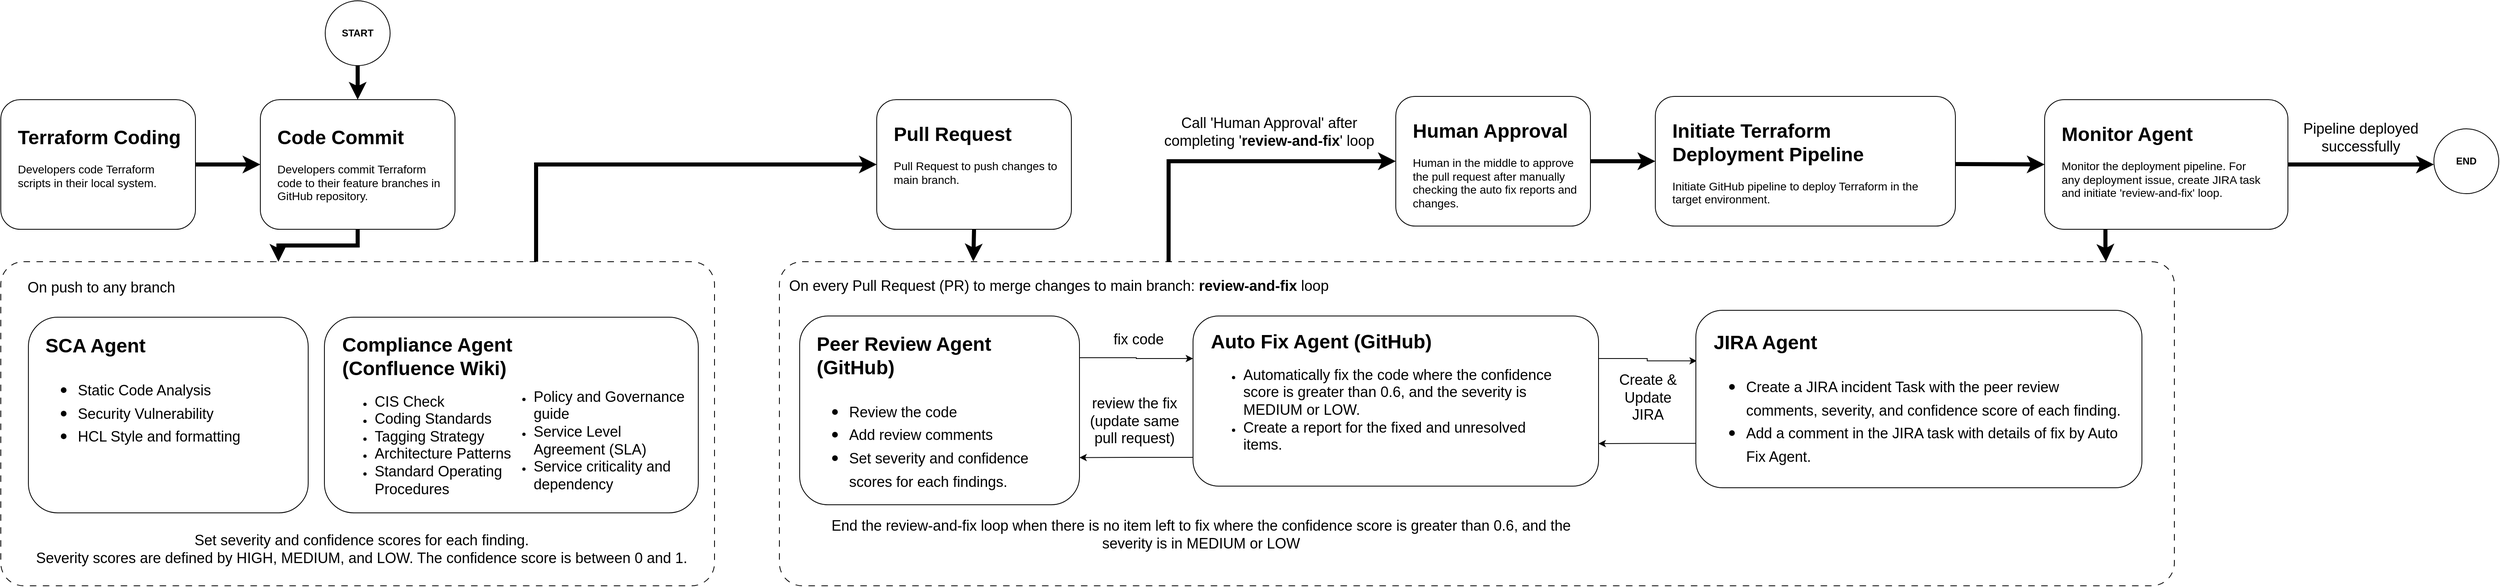
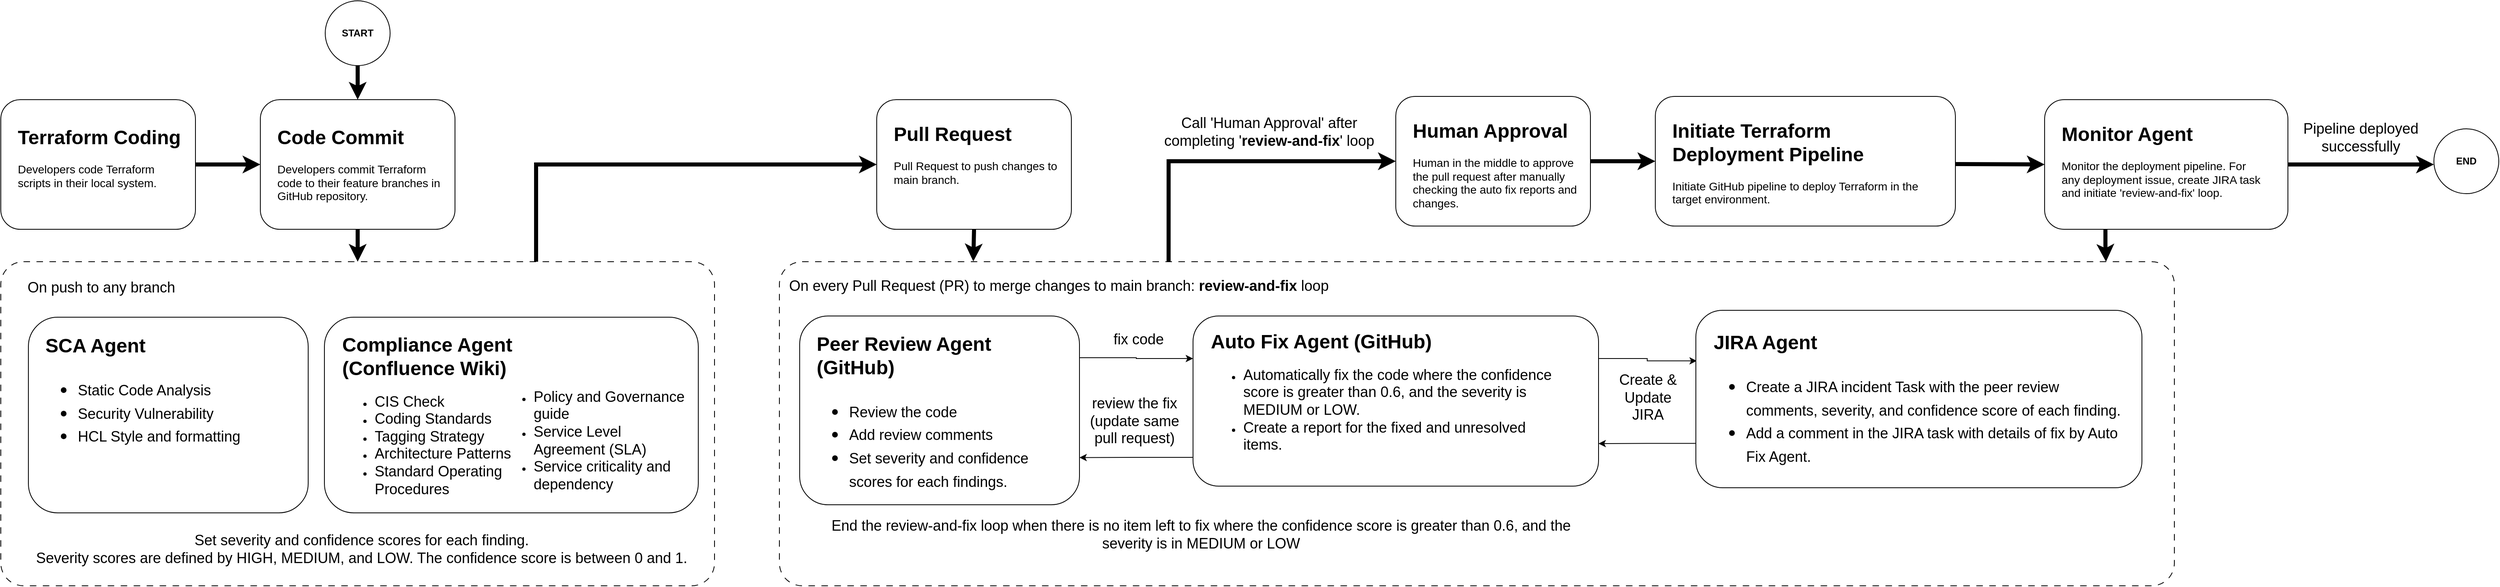
<mxfile host="app.diagrams.net">
  <diagram name="Page-1" id="llQ14HlxIDWXj9B5HY60">
    <mxGraphModel dx="1006" dy="638" grid="1" gridSize="10" guides="1" tooltips="1" connect="1" arrows="1" fold="1" page="1" pageScale="1" pageWidth="850" pageHeight="1100" math="0" shadow="0">
      <root>
        <mxCell id="0" />
        <mxCell id="1" parent="0" />
        <mxCell id="IWc9zJM8tDhvkjJ2dRjy-13" edge="1" parent="1" source="IWc9zJM8tDhvkjJ2dRjy-5" style="edgeStyle=orthogonalEdgeStyle;rounded=0;orthogonalLoop=1;jettySize=auto;html=1;entryX=0;entryY=0.5;entryDx=0;entryDy=0;exitX=0.75;exitY=0;exitDx=0;exitDy=0;strokeWidth=5;" target="IWc9zJM8tDhvkjJ2dRjy-1">
          <mxGeometry relative="1" as="geometry" />
        </mxCell>
        <mxCell id="oJW8UGhNAXkty13G2p3x-1" parent="1" style="rounded=1;whiteSpace=wrap;html=1;" value="" vertex="1">
          <mxGeometry height="160" width="240" x="440" y="200" as="geometry" />
        </mxCell>
        <mxCell id="oJW8UGhNAXkty13G2p3x-3" parent="1" style="text;html=1;whiteSpace=wrap;overflow=hidden;rounded=0;" value="&lt;h1 style=&quot;margin-top: 0px;&quot;&gt;Code Commit&lt;/h1&gt;&lt;p&gt;&lt;font style=&quot;font-size: 14px;&quot;&gt;Developers commit Terraform code to their feature branches in GitHub repository.&lt;/font&gt;&lt;/p&gt;" vertex="1">
          <mxGeometry height="100" width="210" x="459" y="226" as="geometry" />
        </mxCell>
        <mxCell id="IWc9zJM8tDhvkjJ2dRjy-35" edge="1" parent="1" source="IWc9zJM8tDhvkjJ2dRjy-14" style="edgeStyle=orthogonalEdgeStyle;rounded=0;orthogonalLoop=1;jettySize=auto;html=1;entryX=0;entryY=0.5;entryDx=0;entryDy=0;exitX=0.279;exitY=0.025;exitDx=0;exitDy=0;exitPerimeter=0;strokeWidth=5;" target="IWc9zJM8tDhvkjJ2dRjy-33">
          <mxGeometry relative="1" as="geometry">
            <Array as="points">
              <mxPoint x="1560" y="276" />
            </Array>
          </mxGeometry>
        </mxCell>
        <mxCell id="IWc9zJM8tDhvkjJ2dRjy-1" parent="1" style="rounded=1;whiteSpace=wrap;html=1;" value="" vertex="1">
          <mxGeometry height="160" width="240" x="1200" y="200" as="geometry" />
        </mxCell>
        <mxCell id="IWc9zJM8tDhvkjJ2dRjy-2" parent="1" style="text;html=1;whiteSpace=wrap;overflow=hidden;rounded=0;" value="&lt;h1 style=&quot;margin-top: 0px;&quot;&gt;Pull Request&lt;/h1&gt;&lt;p&gt;&lt;font style=&quot;font-size: 14px;&quot;&gt;Pull Request to push changes to main branch.&lt;/font&gt;&lt;/p&gt;" vertex="1">
          <mxGeometry height="100" width="210" x="1219" y="222" as="geometry" />
        </mxCell>
        <mxCell id="IWc9zJM8tDhvkjJ2dRjy-12" edge="1" parent="1" source="IWc9zJM8tDhvkjJ2dRjy-3" style="edgeStyle=orthogonalEdgeStyle;rounded=0;orthogonalLoop=1;jettySize=auto;html=1;exitX=1;exitY=0.5;exitDx=0;exitDy=0;entryX=0;entryY=0.5;entryDx=0;entryDy=0;strokeWidth=5;" target="oJW8UGhNAXkty13G2p3x-1">
          <mxGeometry relative="1" as="geometry" />
        </mxCell>
        <mxCell id="IWc9zJM8tDhvkjJ2dRjy-3" parent="1" style="rounded=1;whiteSpace=wrap;html=1;" value="" vertex="1">
          <mxGeometry height="160" width="240" x="120" y="200" as="geometry" />
        </mxCell>
        <mxCell id="IWc9zJM8tDhvkjJ2dRjy-4" parent="1" style="text;html=1;whiteSpace=wrap;overflow=hidden;rounded=0;" value="&lt;h1 style=&quot;margin-top: 0px;&quot;&gt;Terraform Coding&lt;/h1&gt;&lt;p&gt;&lt;font style=&quot;font-size: 14px;&quot;&gt;Developers code Terraform scripts in their local system.&lt;/font&gt;&lt;/p&gt;" vertex="1">
          <mxGeometry height="100" width="210" x="139" y="226" as="geometry" />
        </mxCell>
        <mxCell id="IWc9zJM8tDhvkjJ2dRjy-5" parent="1" style="rounded=1;whiteSpace=wrap;html=1;arcSize=7;dashed=1;dashPattern=8 8;" value="" vertex="1">
          <mxGeometry height="400" width="880" x="120" y="400" as="geometry" />
        </mxCell>
        <mxCell id="IWc9zJM8tDhvkjJ2dRjy-6" parent="1" style="text;html=1;whiteSpace=wrap;strokeColor=none;fillColor=none;align=center;verticalAlign=middle;rounded=0;" value="&lt;font style=&quot;font-size: 18px;&quot;&gt;On push to any branch&lt;/font&gt;" vertex="1">
          <mxGeometry height="30" width="210" x="139" y="416.5" as="geometry" />
        </mxCell>
        <mxCell id="IWc9zJM8tDhvkjJ2dRjy-7" parent="1" style="rounded=1;whiteSpace=wrap;html=1;" value="" vertex="1">
          <mxGeometry height="241.5" width="345" x="154" y="468.5" as="geometry" />
        </mxCell>
        <mxCell id="IWc9zJM8tDhvkjJ2dRjy-8" parent="1" style="text;html=1;whiteSpace=wrap;overflow=hidden;rounded=0;" value="&lt;h1 style=&quot;margin-top: 0px;&quot;&gt;SCA Agent&lt;/h1&gt;&lt;h1 style=&quot;margin-top: 0px;&quot;&gt;&lt;p style=&quot;font-size: 12px; font-weight: 400;&quot;&gt;&lt;/p&gt;&lt;ul&gt;&lt;li&gt;&lt;span style=&quot;font-size: 18px; font-weight: normal;&quot;&gt;Static Code Analysis&lt;/span&gt;&lt;/li&gt;&lt;li&gt;&lt;span style=&quot;font-size: 18px; font-weight: normal;&quot;&gt;Security Vulnerability&lt;/span&gt;&lt;/li&gt;&lt;li&gt;&lt;span style=&quot;font-size: 18px; font-weight: normal;&quot;&gt;HCL Style and formatting&lt;/span&gt;&lt;/li&gt;&lt;/ul&gt;&lt;p&gt;&lt;/p&gt;&lt;/h1&gt;" vertex="1">
          <mxGeometry height="183" width="306" x="173" y="482.5" as="geometry" />
        </mxCell>
        <mxCell id="IWc9zJM8tDhvkjJ2dRjy-9" parent="1" style="rounded=1;whiteSpace=wrap;html=1;" value="" vertex="1">
          <mxGeometry height="241.5" width="461" x="519" y="468.5" as="geometry" />
        </mxCell>
        <mxCell id="IWc9zJM8tDhvkjJ2dRjy-10" parent="1" style="text;html=1;whiteSpace=wrap;overflow=hidden;rounded=0;" value="&lt;h1 style=&quot;margin-top: 0px;&quot;&gt;Compliance Agent (Confluence Wiki)&lt;/h1&gt;&lt;p&gt;&lt;/p&gt;&lt;ul&gt;&lt;li&gt;&lt;span style=&quot;font-size: 18px;&quot;&gt;CIS Check&lt;/span&gt;&lt;/li&gt;&lt;li&gt;&lt;span style=&quot;font-size: 18px;&quot;&gt;Coding Standards&lt;/span&gt;&lt;/li&gt;&lt;li&gt;&lt;span style=&quot;font-size: 18px;&quot;&gt;Tagging Strategy&lt;/span&gt;&lt;/li&gt;&lt;li&gt;&lt;span style=&quot;font-size: 18px;&quot;&gt;Architecture Patterns&lt;/span&gt;&lt;/li&gt;&lt;li&gt;&lt;span style=&quot;font-size: 18px;&quot;&gt;Standard Operating Procedures&lt;/span&gt;&lt;/li&gt;&lt;/ul&gt;&lt;p&gt;&lt;/p&gt;" vertex="1">
          <mxGeometry height="218.5" width="261" x="539" y="481.5" as="geometry" />
        </mxCell>
-         <mxCell id="IWc9zJM8tDhvkjJ2dRjy-11" edge="1" parent="1" source="oJW8UGhNAXkty13G2p3x-1" style="edgeStyle=orthogonalEdgeStyle;rounded=0;orthogonalLoop=1;jettySize=auto;html=1;exitX=0.5;exitY=1;exitDx=0;exitDy=0;entryX=0.389;entryY=0;entryDx=0;entryDy=0;entryPerimeter=0;strokeWidth=5;" target="IWc9zJM8tDhvkjJ2dRjy-5">
+         <mxCell id="IWc9zJM8tDhvkjJ2dRjy-11" edge="1" parent="1" source="oJW8UGhNAXkty13G2p3x-1" style="edgeStyle=orthogonalEdgeStyle;rounded=0;orthogonalLoop=1;jettySize=auto;html=1;exitX=0.5;exitY=1;exitDx=0;exitDy=0;entryX=0.5;entryY=0;entryDx=0;entryDy=0;strokeWidth=5;" target="IWc9zJM8tDhvkjJ2dRjy-5">
          <mxGeometry relative="1" as="geometry" />
        </mxCell>
        <mxCell id="IWc9zJM8tDhvkjJ2dRjy-14" parent="1" style="rounded=1;whiteSpace=wrap;html=1;arcSize=7;dashed=1;dashPattern=8 8;" value="" vertex="1">
          <mxGeometry height="400" width="1720" x="1080" y="400" as="geometry" />
        </mxCell>
        <mxCell id="IWc9zJM8tDhvkjJ2dRjy-15" parent="1" style="text;html=1;whiteSpace=wrap;strokeColor=none;fillColor=none;align=left;verticalAlign=middle;rounded=0;" value="&lt;font style=&quot;font-size: 18px;&quot;&gt;On every Pull Request (PR) to merge changes to main branch: &lt;b&gt;review-and-fix &lt;/b&gt;loop&lt;/font&gt;" vertex="1">
          <mxGeometry height="30" width="740" x="1090" y="415" as="geometry" />
        </mxCell>
        <mxCell id="IWc9zJM8tDhvkjJ2dRjy-22" edge="1" parent="1" source="IWc9zJM8tDhvkjJ2dRjy-16" style="edgeStyle=orthogonalEdgeStyle;rounded=0;orthogonalLoop=1;jettySize=auto;html=1;exitX=1;exitY=0.221;exitDx=0;exitDy=0;entryX=0;entryY=0.25;entryDx=0;entryDy=0;exitPerimeter=0;" target="IWc9zJM8tDhvkjJ2dRjy-18">
          <mxGeometry relative="1" as="geometry" />
        </mxCell>
        <mxCell id="IWc9zJM8tDhvkjJ2dRjy-16" parent="1" style="rounded=1;whiteSpace=wrap;html=1;" value="" vertex="1">
          <mxGeometry height="233" width="345" x="1105" y="467" as="geometry" />
        </mxCell>
        <mxCell id="IWc9zJM8tDhvkjJ2dRjy-17" parent="1" style="text;html=1;whiteSpace=wrap;overflow=hidden;rounded=0;" value="&lt;h1 style=&quot;margin-top: 0px;&quot;&gt;Peer Review Agent (GitHub)&lt;/h1&gt;&lt;h1 style=&quot;margin-top: 0px;&quot;&gt;&lt;p style=&quot;font-size: 12px; font-weight: 400;&quot;&gt;&lt;/p&gt;&lt;ul&gt;&lt;li&gt;&lt;span style=&quot;font-size: 18px; font-weight: 400;&quot;&gt;Review the code&lt;/span&gt;&lt;/li&gt;&lt;li&gt;&lt;span style=&quot;font-size: 18px; font-weight: 400;&quot;&gt;Add review comments&lt;/span&gt;&lt;/li&gt;&lt;li&gt;&lt;span style=&quot;font-size: 18px; font-weight: 400;&quot;&gt;Set severity and confidence scores for each findings.&lt;/span&gt;&lt;/li&gt;&lt;/ul&gt;&lt;p&gt;&lt;/p&gt;&lt;/h1&gt;" vertex="1">
          <mxGeometry height="209" width="306" x="1124" y="481" as="geometry" />
        </mxCell>
        <mxCell id="IWc9zJM8tDhvkjJ2dRjy-23" edge="1" parent="1" source="IWc9zJM8tDhvkjJ2dRjy-18" style="edgeStyle=orthogonalEdgeStyle;rounded=0;orthogonalLoop=1;jettySize=auto;html=1;exitX=0;exitY=0.831;exitDx=0;exitDy=0;entryX=1;entryY=0.75;entryDx=0;entryDy=0;exitPerimeter=0;" target="IWc9zJM8tDhvkjJ2dRjy-16">
          <mxGeometry relative="1" as="geometry" />
        </mxCell>
        <mxCell id="IWc9zJM8tDhvkjJ2dRjy-31" edge="1" parent="1" source="IWc9zJM8tDhvkjJ2dRjy-18" style="edgeStyle=orthogonalEdgeStyle;rounded=0;orthogonalLoop=1;jettySize=auto;html=1;exitX=1;exitY=0.25;exitDx=0;exitDy=0;entryX=0.002;entryY=0.285;entryDx=0;entryDy=0;entryPerimeter=0;" target="IWc9zJM8tDhvkjJ2dRjy-27">
          <mxGeometry relative="1" as="geometry" />
        </mxCell>
        <mxCell id="IWc9zJM8tDhvkjJ2dRjy-18" parent="1" style="rounded=1;whiteSpace=wrap;html=1;" value="" vertex="1">
          <mxGeometry height="210" width="500" x="1590" y="467" as="geometry" />
        </mxCell>
        <mxCell id="IWc9zJM8tDhvkjJ2dRjy-19" parent="1" style="text;html=1;whiteSpace=wrap;overflow=hidden;rounded=0;" value="&lt;h1 style=&quot;margin-top: 0px;&quot;&gt;Auto Fix Agent (GitHub)&lt;/h1&gt;&lt;p&gt;&lt;/p&gt;&lt;ul&gt;&lt;li&gt;&lt;span style=&quot;font-size: 18px;&quot;&gt;Automatically fix the code where the confidence score is greater than 0.6, and the severity is MEDIUM or LOW.&amp;nbsp;&lt;/span&gt;&lt;/li&gt;&lt;li&gt;&lt;span style=&quot;font-size: 18px;&quot;&gt;Create a report for the fixed and unresolved items.&lt;/span&gt;&lt;/li&gt;&lt;/ul&gt;&lt;p&gt;&lt;/p&gt;" vertex="1">
          <mxGeometry height="192" width="440" x="1610" y="478" as="geometry" />
        </mxCell>
        <mxCell id="IWc9zJM8tDhvkjJ2dRjy-20" parent="1" style="text;whiteSpace=wrap;fontSize=18;align=center;" value="Set severity and confidence scores for each finding.&#xa;Severity scores are defined by HIGH, MEDIUM, and LOW. The confidence score is between 0 and 1." vertex="1">
          <mxGeometry height="50.5" width="830" x="150" y="726.5" as="geometry" />
        </mxCell>
        <mxCell id="IWc9zJM8tDhvkjJ2dRjy-21" edge="1" parent="1" source="IWc9zJM8tDhvkjJ2dRjy-1" style="edgeStyle=orthogonalEdgeStyle;rounded=0;orthogonalLoop=1;jettySize=auto;html=1;exitX=0.5;exitY=1;exitDx=0;exitDy=0;entryX=0.139;entryY=-0.001;entryDx=0;entryDy=0;entryPerimeter=0;strokeWidth=5;" target="IWc9zJM8tDhvkjJ2dRjy-14">
          <mxGeometry relative="1" as="geometry" />
        </mxCell>
        <mxCell id="IWc9zJM8tDhvkjJ2dRjy-24" parent="1" style="text;html=1;whiteSpace=wrap;strokeColor=none;fillColor=none;align=center;verticalAlign=middle;rounded=0;" value="&lt;font style=&quot;font-size: 18px;&quot;&gt;fix code&lt;/font&gt;" vertex="1">
          <mxGeometry height="30" width="82" x="1482" y="481" as="geometry" />
        </mxCell>
        <mxCell id="IWc9zJM8tDhvkjJ2dRjy-25" parent="1" style="text;html=1;whiteSpace=wrap;strokeColor=none;fillColor=none;align=center;verticalAlign=middle;rounded=0;" value="&lt;font style=&quot;font-size: 18px;&quot;&gt;review the fix (update same pull request)&lt;/font&gt;" vertex="1">
          <mxGeometry height="67" width="120" x="1458" y="563" as="geometry" />
        </mxCell>
        <mxCell id="IWc9zJM8tDhvkjJ2dRjy-26" parent="1" style="text;html=1;whiteSpace=wrap;strokeColor=none;fillColor=none;align=center;verticalAlign=middle;rounded=0;" value="&lt;font style=&quot;font-size: 18px;&quot;&gt;End the review-and-fix loop when there is no item left to fix where the confidence score is greater than 0.6, and the severity is in MEDIUM or LOW&lt;/font&gt;" vertex="1">
          <mxGeometry height="50" width="980" x="1110" y="711.5" as="geometry" />
        </mxCell>
        <mxCell id="IWc9zJM8tDhvkjJ2dRjy-30" edge="1" parent="1" source="IWc9zJM8tDhvkjJ2dRjy-27" style="edgeStyle=orthogonalEdgeStyle;rounded=0;orthogonalLoop=1;jettySize=auto;html=1;exitX=0;exitY=0.75;exitDx=0;exitDy=0;entryX=1;entryY=0.75;entryDx=0;entryDy=0;" target="IWc9zJM8tDhvkjJ2dRjy-18">
          <mxGeometry relative="1" as="geometry" />
        </mxCell>
        <mxCell id="IWc9zJM8tDhvkjJ2dRjy-27" parent="1" style="rounded=1;whiteSpace=wrap;html=1;" value="" vertex="1">
          <mxGeometry height="219" width="550" x="2210" y="460" as="geometry" />
        </mxCell>
        <mxCell id="IWc9zJM8tDhvkjJ2dRjy-28" parent="1" style="text;html=1;whiteSpace=wrap;overflow=hidden;rounded=0;" value="&lt;h1 style=&quot;margin-top: 0px;&quot;&gt;JIRA Agent&lt;/h1&gt;&lt;h1 style=&quot;margin-top: 0px;&quot;&gt;&lt;p style=&quot;font-size: 12px; font-weight: 400;&quot;&gt;&lt;/p&gt;&lt;ul&gt;&lt;li&gt;&lt;span style=&quot;font-size: 18px; font-weight: 400;&quot;&gt;Create a JIRA incident Task with the peer review comments, severity, and confidence score of each finding.&lt;/span&gt;&lt;/li&gt;&lt;li&gt;&lt;span style=&quot;font-size: 18px; font-weight: 400;&quot;&gt;Add a comment in the JIRA task with details of fix by Auto Fix Agent.&lt;/span&gt;&lt;/li&gt;&lt;/ul&gt;&lt;p&gt;&lt;/p&gt;&lt;/h1&gt;" vertex="1">
          <mxGeometry height="191" width="510" x="2230" y="479" as="geometry" />
        </mxCell>
        <mxCell id="IWc9zJM8tDhvkjJ2dRjy-32" parent="1" style="text;html=1;whiteSpace=wrap;strokeColor=none;fillColor=none;align=center;verticalAlign=middle;rounded=0;" value="&lt;font style=&quot;font-size: 18px;&quot;&gt;Create &amp;amp; Update JIRA&lt;/font&gt;" vertex="1">
          <mxGeometry height="57.5" width="102" x="2100" y="539" as="geometry" />
        </mxCell>
        <mxCell id="IWc9zJM8tDhvkjJ2dRjy-39" edge="1" parent="1" source="IWc9zJM8tDhvkjJ2dRjy-33" style="edgeStyle=orthogonalEdgeStyle;rounded=0;orthogonalLoop=1;jettySize=auto;html=1;exitX=1;exitY=0.5;exitDx=0;exitDy=0;entryX=0;entryY=0.5;entryDx=0;entryDy=0;strokeWidth=5;" target="IWc9zJM8tDhvkjJ2dRjy-37">
          <mxGeometry relative="1" as="geometry" />
        </mxCell>
        <mxCell id="IWc9zJM8tDhvkjJ2dRjy-33" parent="1" style="rounded=1;whiteSpace=wrap;html=1;" value="" vertex="1">
          <mxGeometry height="160" width="240" x="1840" y="196" as="geometry" />
        </mxCell>
        <mxCell id="IWc9zJM8tDhvkjJ2dRjy-34" parent="1" style="text;html=1;whiteSpace=wrap;overflow=hidden;rounded=0;" value="&lt;h1 style=&quot;margin-top: 0px;&quot;&gt;Human Approval&lt;/h1&gt;&lt;p&gt;&lt;font style=&quot;font-size: 14px;&quot;&gt;Human in the middle to approve the pull request after manually checking the auto fix reports and changes.&amp;nbsp;&lt;/font&gt;&lt;/p&gt;" vertex="1">
          <mxGeometry height="122" width="210" x="1859" y="218" as="geometry" />
        </mxCell>
        <mxCell id="IWc9zJM8tDhvkjJ2dRjy-36" parent="1" style="text;html=1;whiteSpace=wrap;strokeColor=none;fillColor=none;align=center;verticalAlign=middle;rounded=0;" value="&lt;font style=&quot;font-size: 18px;&quot;&gt;Call &#39;Human Approval&#39; after completing &#39;&lt;b&gt;review-and-fix&lt;/b&gt;&#39; loop&lt;/font&gt;" vertex="1">
          <mxGeometry height="60" width="268" x="1550" y="210" as="geometry" />
        </mxCell>
        <mxCell id="IWc9zJM8tDhvkjJ2dRjy-37" parent="1" style="rounded=1;whiteSpace=wrap;html=1;" value="" vertex="1">
          <mxGeometry height="160" width="370" x="2160" y="196" as="geometry" />
        </mxCell>
        <mxCell id="IWc9zJM8tDhvkjJ2dRjy-38" parent="1" style="text;html=1;whiteSpace=wrap;overflow=hidden;rounded=0;" value="&lt;h1 style=&quot;margin-top: 0px;&quot;&gt;Initiate Terraform Deployment Pipeline&lt;/h1&gt;&lt;p&gt;&lt;font style=&quot;font-size: 14px;&quot;&gt;Initiate GitHub pipeline to deploy Terraform in the target environment.&lt;/font&gt;&amp;nbsp;&amp;nbsp;&lt;/p&gt;" vertex="1">
          <mxGeometry height="112" width="341" x="2179" y="218" as="geometry" />
        </mxCell>
        <mxCell id="IWc9zJM8tDhvkjJ2dRjy-41" edge="1" parent="1" source="IWc9zJM8tDhvkjJ2dRjy-40" style="edgeStyle=orthogonalEdgeStyle;rounded=0;orthogonalLoop=1;jettySize=auto;html=1;exitX=0.5;exitY=1;exitDx=0;exitDy=0;entryX=0.5;entryY=0;entryDx=0;entryDy=0;strokeWidth=5;" target="oJW8UGhNAXkty13G2p3x-1">
          <mxGeometry relative="1" as="geometry" />
        </mxCell>
        <mxCell id="IWc9zJM8tDhvkjJ2dRjy-40" parent="1" style="ellipse;whiteSpace=wrap;html=1;aspect=fixed;fontStyle=1" value="START" vertex="1">
          <mxGeometry height="80" width="80" x="520" y="78" as="geometry" />
        </mxCell>
        <mxCell id="IWc9zJM8tDhvkjJ2dRjy-47" edge="1" parent="1" source="IWc9zJM8tDhvkjJ2dRjy-42" style="edgeStyle=orthogonalEdgeStyle;rounded=0;orthogonalLoop=1;jettySize=auto;html=1;exitX=1;exitY=0.5;exitDx=0;exitDy=0;strokeWidth=5;">
          <mxGeometry relative="1" as="geometry">
            <mxPoint x="3120" y="280" as="targetPoint" />
          </mxGeometry>
        </mxCell>
        <mxCell id="IWc9zJM8tDhvkjJ2dRjy-42" parent="1" style="rounded=1;whiteSpace=wrap;html=1;" value="" vertex="1">
          <mxGeometry height="160" width="300" x="2640" y="200" as="geometry" />
        </mxCell>
        <mxCell id="IWc9zJM8tDhvkjJ2dRjy-43" parent="1" style="text;html=1;whiteSpace=wrap;overflow=hidden;rounded=0;" value="&lt;h1 style=&quot;margin-top: 0px;&quot;&gt;Monitor Agent&lt;/h1&gt;&lt;p&gt;&lt;font style=&quot;font-size: 14px;&quot;&gt;Monitor the deployment pipeline.&amp;nbsp;&lt;span style=&quot;background-color: transparent; color: light-dark(rgb(0, 0, 0), rgb(255, 255, 255));&quot;&gt;F&lt;/span&gt;&lt;span style=&quot;background-color: transparent; color: light-dark(rgb(0, 0, 0), rgb(255, 255, 255));&quot;&gt;or any deployment issue, create JIRA task and initiate &#39;review-and-fix&#39; loop.&lt;/span&gt;&lt;/font&gt;&lt;/p&gt;" vertex="1">
          <mxGeometry height="112" width="251" x="2659" y="222" as="geometry" />
        </mxCell>
        <mxCell id="IWc9zJM8tDhvkjJ2dRjy-44" edge="1" parent="1" style="edgeStyle=orthogonalEdgeStyle;rounded=0;orthogonalLoop=1;jettySize=auto;html=1;exitX=1;exitY=0.5;exitDx=0;exitDy=0;entryX=0;entryY=0.5;entryDx=0;entryDy=0;strokeWidth=5;" target="IWc9zJM8tDhvkjJ2dRjy-42">
          <mxGeometry relative="1" as="geometry">
            <mxPoint x="2530" y="279.5" as="sourcePoint" />
            <mxPoint x="2610" y="279.5" as="targetPoint" />
          </mxGeometry>
        </mxCell>
        <mxCell id="IWc9zJM8tDhvkjJ2dRjy-45" edge="1" parent="1" source="IWc9zJM8tDhvkjJ2dRjy-42" style="edgeStyle=orthogonalEdgeStyle;rounded=0;orthogonalLoop=1;jettySize=auto;html=1;exitX=0.25;exitY=1;exitDx=0;exitDy=0;entryX=0.951;entryY=0;entryDx=0;entryDy=0;entryPerimeter=0;strokeWidth=5;" target="IWc9zJM8tDhvkjJ2dRjy-14">
          <mxGeometry relative="1" as="geometry" />
        </mxCell>
        <mxCell id="IWc9zJM8tDhvkjJ2dRjy-46" parent="1" style="ellipse;whiteSpace=wrap;html=1;aspect=fixed;fontStyle=1" value="END" vertex="1">
          <mxGeometry height="80" width="80" x="3120" y="236" as="geometry" />
        </mxCell>
        <mxCell id="IWc9zJM8tDhvkjJ2dRjy-48" parent="1" style="text;html=1;whiteSpace=wrap;strokeColor=none;fillColor=none;align=center;verticalAlign=middle;rounded=0;" value="&lt;font style=&quot;font-size: 18px;&quot;&gt;Pipeline deployed successfully&lt;/font&gt;" vertex="1">
          <mxGeometry height="57.5" width="160" x="2950" y="218" as="geometry" />
        </mxCell>
        <mxCell id="IWc9zJM8tDhvkjJ2dRjy-50" parent="1" style="text;html=1;whiteSpace=wrap;overflow=hidden;rounded=0;" value="&lt;h1 style=&quot;margin-top: 0px;&quot;&gt;&lt;br&gt;&lt;/h1&gt;&lt;ul&gt;&lt;li&gt;&lt;span style=&quot;font-size: 18px;&quot;&gt;Policy and Governance guide&lt;/span&gt;&lt;/li&gt;&lt;li&gt;&lt;span style=&quot;font-size: 18px;&quot;&gt;Service Level Agreement (SLA)&lt;/span&gt;&lt;/li&gt;&lt;li&gt;&lt;span style=&quot;font-size: 18px;&quot;&gt;Service criticality and dependency&lt;/span&gt;&lt;/li&gt;&lt;/ul&gt;&lt;p&gt;&lt;/p&gt;" vertex="1">
          <mxGeometry height="200" width="240" x="735" y="505" as="geometry" />
        </mxCell>
      </root>
    </mxGraphModel>
  </diagram>
</mxfile>
